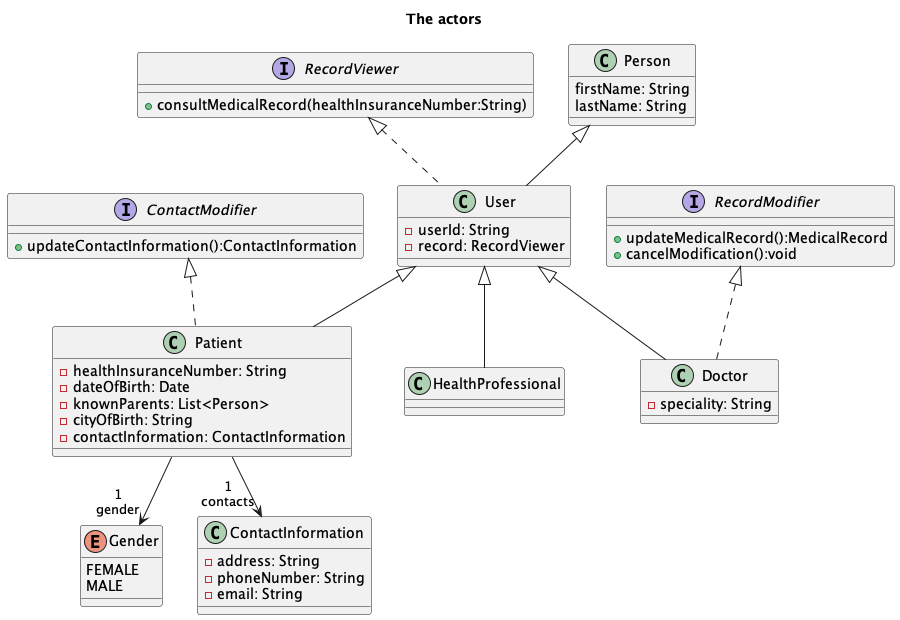
This is _models/classDiagram/users.png from CyberFery/med, a PlantUML export, as it was before one commit. Source of this version:
```plantuml
@startuml users

title "The actors"

interface ContactModifier {
+updateContactInformation():ContactInformation
}

interface RecordViewer {
+consultMedicalRecord(healthInsuranceNumber:String)
}

interface RecordModifier {
+updateMedicalRecord():MedicalRecord
+cancelModification():void
}

class Person {
firstName: String
lastName: String
}

class User extends Person implements RecordViewer {
-userId: String
-record: RecordViewer
}

class Patient extends User implements ContactModifier {
-healthInsuranceNumber: String
-dateOfBirth: Date
-knownParents: List<Person>
-cityOfBirth: String
-contactInformation: ContactInformation
}

enum Gender {
FEMALE
MALE
}

class ContactInformation{
-address: String
-phoneNumber: String
-email: String
}

class Doctor extends User implements RecordModifier{
-speciality: String
}

class HealthProfessional extends User {

}

Patient --> "1\ngender" Gender
Patient --> "1\ncontacts" ContactInformation

@enduml
```
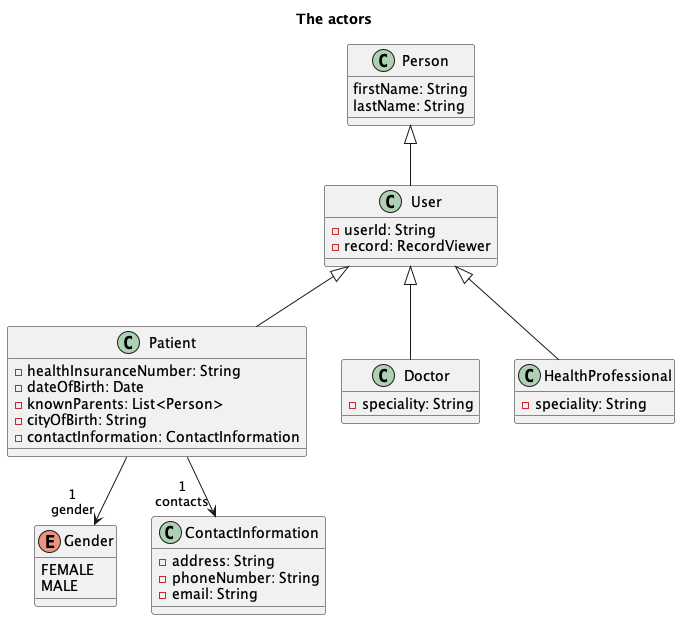
Above is the later version.

Commit message:
Write descriptions for class diagrams

What changed in the source:
```diff
@@ -1,31 +1,18 @@
-@startuml users
+@startuml Users
 
 title "The actors"
-
-interface ContactModifier {
-+updateContactInformation():ContactInformation
-}
-
-interface RecordViewer {
-+consultMedicalRecord(healthInsuranceNumber:String)
-}
-
-interface RecordModifier {
-+updateMedicalRecord():MedicalRecord
-+cancelModification():void
-}
 
 class Person {
 firstName: String
 lastName: String
 }
 
-class User extends Person implements RecordViewer {
+class User extends Person {
 -userId: String
 -record: RecordViewer
 }
 
-class Patient extends User implements ContactModifier {
+class Patient extends User  {
 -healthInsuranceNumber: String
 -dateOfBirth: Date
 -knownParents: List<Person>
@@ -38,18 +25,18 @@
 MALE
 }
 
-class ContactInformation{
+class ContactInformation {
 -address: String
 -phoneNumber: String
 -email: String
 }
 
-class Doctor extends User implements RecordModifier{
+class Doctor extends User {
 -speciality: String
 }
 
 class HealthProfessional extends User {
-
+-speciality: String
 }
 
 Patient --> "1\ngender" Gender
```
